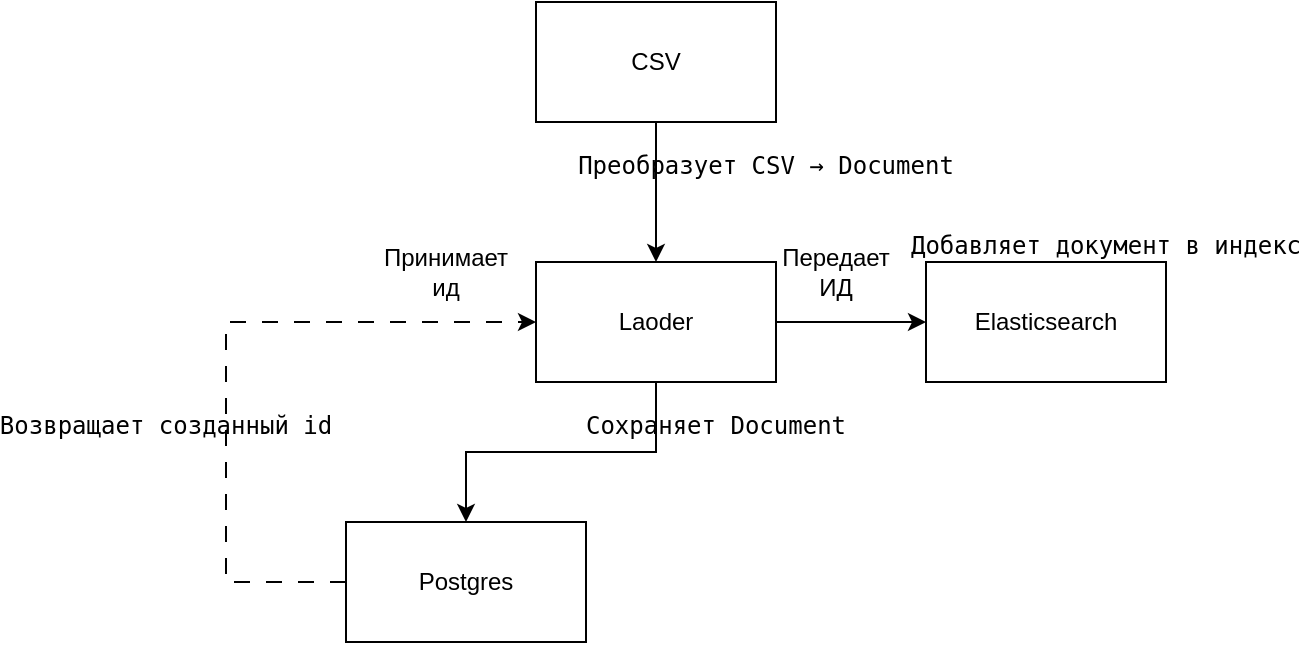
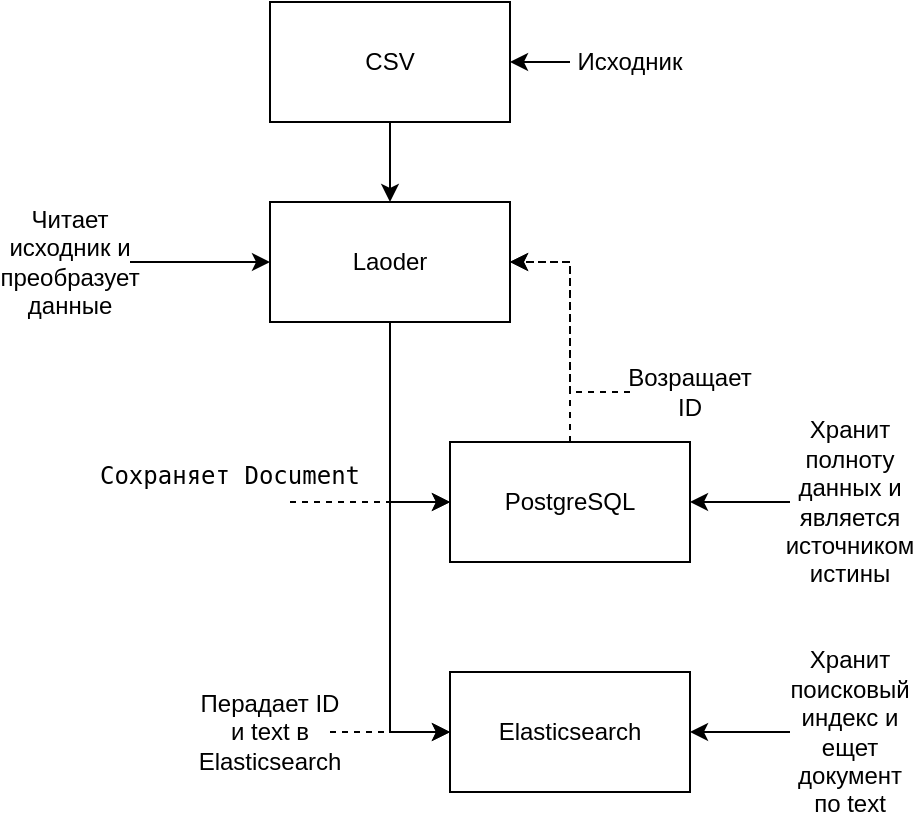
<mxfile host="Electron" agent="Mozilla/5.0 (Windows NT 10.0; Win64; x64) AppleWebKit/537.36 (KHTML, like Gecko) draw.io/29.6.6 Chrome/144.0.7559.236 Electron/40.8.4 Safari/537.36" version="29.6.6">
-   <diagram name="Страница-1" id="eqzYFw_RQJhh3nSlAyut">
-     <mxGraphModel dx="1042" dy="626" grid="1" gridSize="10" guides="1" tooltips="1" connect="1" arrows="1" fold="1" page="1" pageScale="1" pageWidth="1169" pageHeight="827" math="0" shadow="0">
+   <diagram name="Страница-1" id="vT_gMcuN0xB9hPCgzo8X">
+     <mxGraphModel dx="906" dy="544" grid="1" gridSize="10" guides="1" tooltips="1" connect="1" arrows="1" fold="1" page="1" pageScale="1" pageWidth="1169" pageHeight="827" math="0" shadow="0">
      <root>
        <mxCell id="0" />
        <mxCell id="1" parent="0" />
-         <mxCell id="O4v8Fiw-MUfFdaFGX8GZ-19" edge="1" parent="1" source="O4v8Fiw-MUfFdaFGX8GZ-2" style="edgeStyle=orthogonalEdgeStyle;rounded=0;orthogonalLoop=1;jettySize=auto;html=1;entryX=0.5;entryY=0;entryDx=0;entryDy=0;" target="O4v8Fiw-MUfFdaFGX8GZ-3">
+         <mxCell id="gsrHNmnxe5a9h5KHRyw2-8" edge="1" parent="1" source="gsrHNmnxe5a9h5KHRyw2-1" style="edgeStyle=orthogonalEdgeStyle;rounded=0;orthogonalLoop=1;jettySize=auto;html=1;entryX=0.5;entryY=0;entryDx=0;entryDy=0;" target="gsrHNmnxe5a9h5KHRyw2-2">
          <mxGeometry relative="1" as="geometry" />
        </mxCell>
-         <mxCell id="O4v8Fiw-MUfFdaFGX8GZ-2" parent="1" style="rounded=0;whiteSpace=wrap;html=1;" value="CSV" vertex="1">
-           <mxGeometry height="60" width="120" x="525" y="60" as="geometry" />
+         <mxCell id="gsrHNmnxe5a9h5KHRyw2-1" parent="1" style="rounded=0;whiteSpace=wrap;html=1;" value="CSV" vertex="1">
+           <mxGeometry height="60" width="120" x="400" y="140" as="geometry" />
        </mxCell>
-         <mxCell id="O4v8Fiw-MUfFdaFGX8GZ-6" edge="1" parent="1" source="O4v8Fiw-MUfFdaFGX8GZ-3" style="edgeStyle=orthogonalEdgeStyle;rounded=0;orthogonalLoop=1;jettySize=auto;html=1;" target="O4v8Fiw-MUfFdaFGX8GZ-5">
+         <mxCell id="gsrHNmnxe5a9h5KHRyw2-17" edge="1" parent="1" source="gsrHNmnxe5a9h5KHRyw2-2" style="edgeStyle=orthogonalEdgeStyle;rounded=0;orthogonalLoop=1;jettySize=auto;html=1;entryX=0;entryY=0.5;entryDx=0;entryDy=0;" target="gsrHNmnxe5a9h5KHRyw2-4">
          <mxGeometry relative="1" as="geometry" />
        </mxCell>
-         <mxCell id="O4v8Fiw-MUfFdaFGX8GZ-15" edge="1" parent="1" source="O4v8Fiw-MUfFdaFGX8GZ-3" style="edgeStyle=orthogonalEdgeStyle;rounded=0;orthogonalLoop=1;jettySize=auto;html=1;entryX=0;entryY=0.5;entryDx=0;entryDy=0;" target="O4v8Fiw-MUfFdaFGX8GZ-14">
+         <mxCell id="gsrHNmnxe5a9h5KHRyw2-18" edge="1" parent="1" source="gsrHNmnxe5a9h5KHRyw2-2" style="edgeStyle=orthogonalEdgeStyle;rounded=0;orthogonalLoop=1;jettySize=auto;html=1;entryX=0;entryY=0.5;entryDx=0;entryDy=0;" target="gsrHNmnxe5a9h5KHRyw2-3">
          <mxGeometry relative="1" as="geometry" />
        </mxCell>
-         <mxCell id="O4v8Fiw-MUfFdaFGX8GZ-3" parent="1" style="rounded=0;whiteSpace=wrap;html=1;" value="Laoder" vertex="1">
-           <mxGeometry height="60" width="120" x="525" y="190" as="geometry" />
+         <mxCell id="gsrHNmnxe5a9h5KHRyw2-2" parent="1" style="rounded=0;whiteSpace=wrap;html=1;" value="Laoder" vertex="1">
+           <mxGeometry height="60" width="120" x="400" y="240" as="geometry" />
        </mxCell>
-         <mxCell id="O4v8Fiw-MUfFdaFGX8GZ-11" edge="1" parent="1" source="O4v8Fiw-MUfFdaFGX8GZ-5" style="edgeStyle=orthogonalEdgeStyle;rounded=0;orthogonalLoop=1;jettySize=auto;html=1;entryX=0;entryY=0.5;entryDx=0;entryDy=0;dashed=1;dashPattern=8 8;" target="O4v8Fiw-MUfFdaFGX8GZ-3">
-           <mxGeometry relative="1" as="geometry">
-             <Array as="points">
-               <mxPoint x="370" y="350" />
-               <mxPoint x="370" y="220" />
-             </Array>
-           </mxGeometry>
+         <mxCell id="gsrHNmnxe5a9h5KHRyw2-3" parent="1" style="rounded=0;whiteSpace=wrap;html=1;" value="Elasticsearch" vertex="1">
+           <mxGeometry height="60" width="120" x="490" y="475" as="geometry" />
        </mxCell>
-         <mxCell id="O4v8Fiw-MUfFdaFGX8GZ-5" parent="1" style="rounded=0;whiteSpace=wrap;html=1;" value="Postgres" vertex="1">
-           <mxGeometry height="60" width="120" x="430" y="320" as="geometry" />
+         <mxCell id="gsrHNmnxe5a9h5KHRyw2-21" edge="1" parent="1" source="gsrHNmnxe5a9h5KHRyw2-4" style="edgeStyle=orthogonalEdgeStyle;rounded=0;orthogonalLoop=1;jettySize=auto;html=1;entryX=1;entryY=0.5;entryDx=0;entryDy=0;dashed=1;" target="gsrHNmnxe5a9h5KHRyw2-2">
+           <mxGeometry relative="1" as="geometry" />
        </mxCell>
-         <mxCell id="O4v8Fiw-MUfFdaFGX8GZ-9" parent="1" style="text;html=1;whiteSpace=wrap;strokeColor=none;fillColor=none;align=center;verticalAlign=middle;rounded=0;" value="&lt;pre class=&quot;overflow-visible! px-0!&quot; data-start=&quot;1286&quot; data-end=&quot;1324&quot;&gt;&lt;div class=&quot;relative w-full mt-4 mb-1&quot;&gt;&lt;div class=&quot;&quot;&gt;&lt;div class=&quot;contents&quot;&gt;&lt;div class=&quot;relative&quot;&gt;&lt;div class=&quot;h-full min-h-0 min-w-0&quot;&gt;&lt;div class=&quot;h-full min-h-0 min-w-0&quot;&gt;&lt;div class=&quot;border border-token-border-light border-radius-3xl corner-superellipse/1.1 rounded-3xl&quot;&gt;&lt;div class=&quot;h-full w-full border-radius-3xl bg-token-bg-elevated-secondary corner-superellipse/1.1 overflow-clip rounded-3xl lxnfua_clipPathFallback&quot;&gt;&lt;div class=&quot;relative&quot;&gt;&lt;div class=&quot;pe-11 pt-3&quot;&gt;&lt;div class=&quot;relative z-0 flex max-w-full&quot;&gt;&lt;div id=&quot;code-block-viewer&quot; dir=&quot;ltr&quot; class=&quot;q9tKkq_viewer cm-editor z-10 light:cm-light dark:cm-light flex h-full w-full flex-col items-stretch ͼs ͼ16&quot;&gt;&lt;div class=&quot;cm-scroller&quot;&gt;&lt;pre class=&quot;cm-content q9tKkq_readonly m-0 PDq2pG_selectionAnchorContainer&quot;&gt;&lt;code&gt;Преобразует CSV → Document&lt;/code&gt;&lt;span aria-hidden=&quot;true&quot; class=&quot;PDq2pG_selectionAnchor&quot;&gt;&lt;/span&gt;&lt;/pre&gt;&lt;/div&gt;&lt;/div&gt;&lt;/div&gt;&lt;/div&gt;&lt;/div&gt;&lt;/div&gt;&lt;/div&gt;&lt;/div&gt;&lt;/div&gt;&lt;div class=&quot;&quot;&gt;&lt;div class=&quot;&quot;&gt;&lt;/div&gt;&lt;/div&gt;&lt;/div&gt;&lt;/div&gt;&lt;/div&gt;&lt;/div&gt;&lt;/pre&gt;&lt;br/&gt;&lt;p data-start=&quot;1326&quot; data-end=&quot;1362&quot;&gt;&lt;/p&gt;" vertex="1">
-           <mxGeometry height="30" width="60" x="610" y="140" as="geometry" />
+         <mxCell id="gsrHNmnxe5a9h5KHRyw2-4" parent="1" style="rounded=0;whiteSpace=wrap;html=1;" value="PostgreSQL" vertex="1">
+           <mxGeometry height="60" width="120" x="490" y="360" as="geometry" />
        </mxCell>
-         <mxCell id="O4v8Fiw-MUfFdaFGX8GZ-12" parent="1" style="text;html=1;whiteSpace=wrap;strokeColor=none;fillColor=none;align=center;verticalAlign=middle;rounded=0;" value="&lt;pre class=&quot;overflow-visible! px-0!&quot; data-start=&quot;1048&quot; data-end=&quot;1083&quot;&gt;&lt;div class=&quot;relative w-full mt-4 mb-1&quot;&gt;&lt;div class=&quot;&quot;&gt;&lt;div class=&quot;contents&quot;&gt;&lt;div class=&quot;relative&quot;&gt;&lt;div class=&quot;h-full min-h-0 min-w-0&quot;&gt;&lt;div class=&quot;h-full min-h-0 min-w-0&quot;&gt;&lt;div class=&quot;border border-token-border-light border-radius-3xl corner-superellipse/1.1 rounded-3xl&quot;&gt;&lt;div class=&quot;h-full w-full border-radius-3xl bg-token-bg-elevated-secondary corner-superellipse/1.1 overflow-clip rounded-3xl lxnfua_clipPathFallback&quot;&gt;&lt;div class=&quot;relative&quot;&gt;&lt;div class=&quot;pe-11 pt-3&quot;&gt;&lt;div class=&quot;relative z-0 flex max-w-full&quot;&gt;&lt;div id=&quot;code-block-viewer&quot; dir=&quot;ltr&quot; class=&quot;q9tKkq_viewer cm-editor z-10 light:cm-light dark:cm-light flex h-full w-full flex-col items-stretch ͼs ͼ16&quot;&gt;&lt;div class=&quot;cm-scroller&quot;&gt;&lt;pre class=&quot;cm-content q9tKkq_readonly m-0 PDq2pG_selectionAnchorContainer&quot;&gt;&lt;code&gt;Возвращает созданный id&lt;/code&gt;&lt;span aria-hidden=&quot;true&quot; class=&quot;PDq2pG_selectionAnchor&quot;&gt;&lt;/span&gt;&lt;/pre&gt;&lt;/div&gt;&lt;/div&gt;&lt;/div&gt;&lt;/div&gt;&lt;/div&gt;&lt;/div&gt;&lt;/div&gt;&lt;/div&gt;&lt;/div&gt;&lt;div class=&quot;&quot;&gt;&lt;div class=&quot;&quot;&gt;&lt;/div&gt;&lt;/div&gt;&lt;/div&gt;&lt;/div&gt;&lt;/div&gt;&lt;/div&gt;&lt;/pre&gt;&lt;br/&gt;&lt;p data-start=&quot;1085&quot; data-end=&quot;1088&quot;&gt;&lt;/p&gt;" vertex="1">
-           <mxGeometry height="70" width="60" x="310" y="250" as="geometry" />
+         <mxCell id="gsrHNmnxe5a9h5KHRyw2-10" edge="1" parent="1" source="gsrHNmnxe5a9h5KHRyw2-9" style="edgeStyle=orthogonalEdgeStyle;rounded=0;orthogonalLoop=1;jettySize=auto;html=1;entryX=1;entryY=0.5;entryDx=0;entryDy=0;" target="gsrHNmnxe5a9h5KHRyw2-1">
+           <mxGeometry relative="1" as="geometry" />
        </mxCell>
-         <mxCell id="O4v8Fiw-MUfFdaFGX8GZ-13" parent="1" style="text;html=1;whiteSpace=wrap;strokeColor=none;fillColor=none;align=center;verticalAlign=middle;rounded=0;" value="Принимает ид" vertex="1">
-           <mxGeometry height="30" width="60" x="450" y="180" as="geometry" />
+         <mxCell id="gsrHNmnxe5a9h5KHRyw2-9" parent="1" style="text;html=1;whiteSpace=wrap;strokeColor=none;fillColor=none;align=center;verticalAlign=middle;rounded=0;" value="Исходник" vertex="1">
+           <mxGeometry height="30" width="60" x="550" y="155" as="geometry" />
        </mxCell>
-         <mxCell id="O4v8Fiw-MUfFdaFGX8GZ-14" parent="1" style="rounded=0;whiteSpace=wrap;html=1;" value="Elasticsearch" vertex="1">
-           <mxGeometry height="60" width="120" x="720" y="190" as="geometry" />
+         <mxCell id="gsrHNmnxe5a9h5KHRyw2-20" edge="1" parent="1" source="gsrHNmnxe5a9h5KHRyw2-11" style="edgeStyle=orthogonalEdgeStyle;rounded=0;orthogonalLoop=1;jettySize=auto;html=1;entryX=0;entryY=0.5;entryDx=0;entryDy=0;" target="gsrHNmnxe5a9h5KHRyw2-2">
+           <mxGeometry relative="1" as="geometry" />
        </mxCell>
-         <mxCell id="O4v8Fiw-MUfFdaFGX8GZ-16" parent="1" style="text;html=1;whiteSpace=wrap;strokeColor=none;fillColor=none;align=center;verticalAlign=middle;rounded=0;" value="Передает ИД" vertex="1">
-           <mxGeometry height="30" width="60" x="645" y="180" as="geometry" />
+         <mxCell id="gsrHNmnxe5a9h5KHRyw2-11" parent="1" style="text;html=1;whiteSpace=wrap;strokeColor=none;fillColor=none;align=center;verticalAlign=middle;rounded=0;" value="Читает исходник и преобразует данные" vertex="1">
+           <mxGeometry height="30" width="60" x="270" y="255" as="geometry" />
        </mxCell>
-         <mxCell id="O4v8Fiw-MUfFdaFGX8GZ-18" parent="1" style="text;html=1;whiteSpace=wrap;strokeColor=none;fillColor=none;align=center;verticalAlign=middle;rounded=0;" value="&lt;pre class=&quot;overflow-visible! px-0!&quot; data-start=&quot;1202&quot; data-end=&quot;1241&quot;&gt;&lt;div class=&quot;relative w-full mt-4 mb-1&quot;&gt;&lt;div class=&quot;&quot;&gt;&lt;div class=&quot;contents&quot;&gt;&lt;div class=&quot;relative&quot;&gt;&lt;div class=&quot;h-full min-h-0 min-w-0&quot;&gt;&lt;div class=&quot;h-full min-h-0 min-w-0&quot;&gt;&lt;div class=&quot;border border-token-border-light border-radius-3xl corner-superellipse/1.1 rounded-3xl&quot;&gt;&lt;div class=&quot;h-full w-full border-radius-3xl bg-token-bg-elevated-secondary corner-superellipse/1.1 overflow-clip rounded-3xl lxnfua_clipPathFallback&quot;&gt;&lt;div class=&quot;relative&quot;&gt;&lt;div class=&quot;pe-11 pt-3&quot;&gt;&lt;div class=&quot;relative z-0 flex max-w-full&quot;&gt;&lt;div id=&quot;code-block-viewer&quot; dir=&quot;ltr&quot; class=&quot;q9tKkq_viewer cm-editor z-10 light:cm-light dark:cm-light flex h-full w-full flex-col items-stretch ͼs ͼ16&quot;&gt;&lt;div class=&quot;cm-scroller&quot;&gt;&lt;pre class=&quot;cm-content q9tKkq_readonly m-0 PDq2pG_selectionAnchorContainer&quot;&gt;&lt;code&gt;Добавляет документ в индекс&lt;/code&gt;&lt;span aria-hidden=&quot;true&quot; class=&quot;PDq2pG_selectionAnchor&quot;&gt;&lt;/span&gt;&lt;/pre&gt;&lt;/div&gt;&lt;/div&gt;&lt;/div&gt;&lt;/div&gt;&lt;/div&gt;&lt;/div&gt;&lt;/div&gt;&lt;/div&gt;&lt;/div&gt;&lt;div class=&quot;&quot;&gt;&lt;div class=&quot;&quot;&gt;&lt;/div&gt;&lt;/div&gt;&lt;/div&gt;&lt;/div&gt;&lt;/div&gt;&lt;/div&gt;&lt;/pre&gt;&lt;br/&gt;&lt;p data-start=&quot;1243&quot; data-end=&quot;1271&quot;&gt;&lt;/p&gt;" vertex="1">
-           <mxGeometry height="30" width="60" x="780" y="180" as="geometry" />
+         <mxCell id="gsrHNmnxe5a9h5KHRyw2-19" edge="1" parent="1" source="gsrHNmnxe5a9h5KHRyw2-13" style="edgeStyle=orthogonalEdgeStyle;rounded=0;orthogonalLoop=1;jettySize=auto;html=1;" target="gsrHNmnxe5a9h5KHRyw2-3">
+           <mxGeometry relative="1" as="geometry" />
        </mxCell>
-         <mxCell id="O4v8Fiw-MUfFdaFGX8GZ-20" parent="1" style="text;html=1;whiteSpace=wrap;strokeColor=none;fillColor=none;align=center;verticalAlign=middle;rounded=0;" value="&lt;pre class=&quot;overflow-visible! px-0!&quot; data-start=&quot;752&quot; data-end=&quot;861&quot;&gt;&lt;div class=&quot;relative w-full mt-4 mb-1&quot;&gt;&lt;div class=&quot;&quot;&gt;&lt;div class=&quot;contents&quot;&gt;&lt;div class=&quot;relative&quot;&gt;&lt;div class=&quot;h-full min-h-0 min-w-0&quot;&gt;&lt;div class=&quot;h-full min-h-0 min-w-0&quot;&gt;&lt;div class=&quot;border border-token-border-light border-radius-3xl corner-superellipse/1.1 rounded-3xl&quot;&gt;&lt;div class=&quot;h-full w-full border-radius-3xl bg-token-bg-elevated-secondary corner-superellipse/1.1 overflow-clip rounded-3xl lxnfua_clipPathFallback&quot;&gt;&lt;div class=&quot;relative&quot;&gt;&lt;div class=&quot;pe-11 pt-3&quot;&gt;&lt;div class=&quot;relative z-0 flex max-w-full&quot;&gt;&lt;div id=&quot;code-block-viewer&quot; dir=&quot;ltr&quot; class=&quot;q9tKkq_viewer cm-editor z-10 light:cm-light dark:cm-light flex h-full w-full flex-col items-stretch ͼs ͼ16&quot;&gt;&lt;div class=&quot;cm-scroller&quot;&gt;&lt;pre class=&quot;cm-content q9tKkq_readonly m-0 PDq2pG_selectionAnchorContainer&quot;&gt;&lt;code&gt;Сохраняет Document&lt;/code&gt;&lt;span aria-hidden=&quot;true&quot; class=&quot;PDq2pG_selectionAnchor&quot;&gt;&lt;/span&gt;&lt;/pre&gt;&lt;/div&gt;&lt;/div&gt;&lt;/div&gt;&lt;/div&gt;&lt;/div&gt;&lt;/div&gt;&lt;/div&gt;&lt;/div&gt;&lt;/div&gt;&lt;div class=&quot;&quot;&gt;&lt;div class=&quot;&quot;&gt;&lt;/div&gt;&lt;/div&gt;&lt;/div&gt;&lt;/div&gt;&lt;/div&gt;&lt;/div&gt;&lt;/pre&gt;&lt;br/&gt;&lt;p data-start=&quot;863&quot; data-end=&quot;937&quot;&gt;&lt;/p&gt;" vertex="1">
-           <mxGeometry height="30" width="60" x="585" y="270" as="geometry" />
+         <mxCell id="gsrHNmnxe5a9h5KHRyw2-13" parent="1" style="text;html=1;whiteSpace=wrap;strokeColor=none;fillColor=none;align=center;verticalAlign=middle;rounded=0;" value="Хранит поисковый индекс и ещет документ по text" vertex="1">
+           <mxGeometry height="30" width="60" x="660" y="490" as="geometry" />
+         </mxCell>
+         <mxCell id="gsrHNmnxe5a9h5KHRyw2-16" edge="1" parent="1" source="gsrHNmnxe5a9h5KHRyw2-15" style="edgeStyle=orthogonalEdgeStyle;rounded=0;orthogonalLoop=1;jettySize=auto;html=1;entryX=1;entryY=0.5;entryDx=0;entryDy=0;" target="gsrHNmnxe5a9h5KHRyw2-4">
+           <mxGeometry relative="1" as="geometry" />
+         </mxCell>
+         <mxCell id="gsrHNmnxe5a9h5KHRyw2-15" parent="1" style="text;html=1;whiteSpace=wrap;strokeColor=none;fillColor=none;align=center;verticalAlign=middle;rounded=0;" value="Хранит полноту данных и является источником истины" vertex="1">
+           <mxGeometry height="30" width="60" x="660" y="375" as="geometry" />
+         </mxCell>
+         <mxCell id="gsrHNmnxe5a9h5KHRyw2-23" edge="1" parent="1" source="gsrHNmnxe5a9h5KHRyw2-22" style="edgeStyle=orthogonalEdgeStyle;rounded=0;orthogonalLoop=1;jettySize=auto;html=1;entryX=1;entryY=0.5;entryDx=0;entryDy=0;dashed=1;" target="gsrHNmnxe5a9h5KHRyw2-2">
+           <mxGeometry relative="1" as="geometry" />
+         </mxCell>
+         <mxCell id="gsrHNmnxe5a9h5KHRyw2-22" parent="1" style="text;html=1;whiteSpace=wrap;strokeColor=none;fillColor=none;align=center;verticalAlign=middle;rounded=0;" value="Возращает ID" vertex="1">
+           <mxGeometry height="30" width="60" x="580" y="320" as="geometry" />
+         </mxCell>
+         <mxCell id="gsrHNmnxe5a9h5KHRyw2-26" edge="1" parent="1" source="gsrHNmnxe5a9h5KHRyw2-24" style="edgeStyle=orthogonalEdgeStyle;rounded=0;orthogonalLoop=1;jettySize=auto;html=1;entryX=0;entryY=0.5;entryDx=0;entryDy=0;dashed=1;" target="gsrHNmnxe5a9h5KHRyw2-3">
+           <mxGeometry relative="1" as="geometry" />
+         </mxCell>
+         <mxCell id="gsrHNmnxe5a9h5KHRyw2-24" parent="1" style="text;html=1;whiteSpace=wrap;strokeColor=none;fillColor=none;align=center;verticalAlign=middle;rounded=0;" value="Перадает ID и text в Elasticsearch" vertex="1">
+           <mxGeometry height="30" width="60" x="370" y="490" as="geometry" />
+         </mxCell>
+         <mxCell id="gsrHNmnxe5a9h5KHRyw2-28" edge="1" parent="1" source="gsrHNmnxe5a9h5KHRyw2-27" style="edgeStyle=orthogonalEdgeStyle;rounded=0;orthogonalLoop=1;jettySize=auto;html=1;dashed=1;" target="gsrHNmnxe5a9h5KHRyw2-4">
+           <mxGeometry relative="1" as="geometry" />
+         </mxCell>
+         <mxCell id="gsrHNmnxe5a9h5KHRyw2-27" parent="1" style="text;html=1;whiteSpace=wrap;strokeColor=none;fillColor=none;align=center;verticalAlign=middle;rounded=0;" value="&lt;pre class=&quot;overflow-visible! px-0!&quot; data-start=&quot;1386&quot; data-end=&quot;1416&quot;&gt;&lt;div class=&quot;relative w-full mt-4 mb-1&quot;&gt;&lt;div class=&quot;&quot;&gt;&lt;div class=&quot;contents&quot;&gt;&lt;div class=&quot;relative&quot;&gt;&lt;div class=&quot;h-full min-h-0 min-w-0&quot;&gt;&lt;div class=&quot;h-full min-h-0 min-w-0&quot;&gt;&lt;div class=&quot;border border-token-border-light border-radius-3xl corner-superellipse/1.1 rounded-3xl&quot;&gt;&lt;div class=&quot;h-full w-full border-radius-3xl bg-token-bg-elevated-secondary corner-superellipse/1.1 overflow-clip rounded-3xl lxnfua_clipPathFallback&quot;&gt;&lt;div class=&quot;relative&quot;&gt;&lt;div class=&quot;pe-11 pt-3&quot;&gt;&lt;div class=&quot;relative z-0 flex max-w-full&quot;&gt;&lt;div id=&quot;code-block-viewer&quot; dir=&quot;ltr&quot; class=&quot;q9tKkq_viewer cm-editor z-10 light:cm-light dark:cm-light flex h-full w-full flex-col items-stretch ͼs ͼ16&quot;&gt;&lt;div class=&quot;cm-scroller&quot;&gt;&lt;pre class=&quot;cm-content q9tKkq_readonly m-0 PDq2pG_selectionAnchorContainer&quot;&gt;&lt;code&gt;Сохраняет Document&lt;/code&gt;&lt;span aria-hidden=&quot;true&quot; class=&quot;PDq2pG_selectionAnchor&quot;&gt;&lt;/span&gt;&lt;/pre&gt;&lt;/div&gt;&lt;/div&gt;&lt;/div&gt;&lt;/div&gt;&lt;/div&gt;&lt;/div&gt;&lt;/div&gt;&lt;/div&gt;&lt;/div&gt;&lt;div class=&quot;&quot;&gt;&lt;div class=&quot;&quot;&gt;&lt;/div&gt;&lt;/div&gt;&lt;/div&gt;&lt;/div&gt;&lt;/div&gt;&lt;/div&gt;&lt;/pre&gt;&lt;br/&gt;&lt;p data-start=&quot;1418&quot; data-end=&quot;1421&quot;&gt;&lt;/p&gt;" vertex="1">
+           <mxGeometry height="30" width="60" x="350" y="375" as="geometry" />
        </mxCell>
      </root>
    </mxGraphModel>
  </diagram>
</mxfile>
